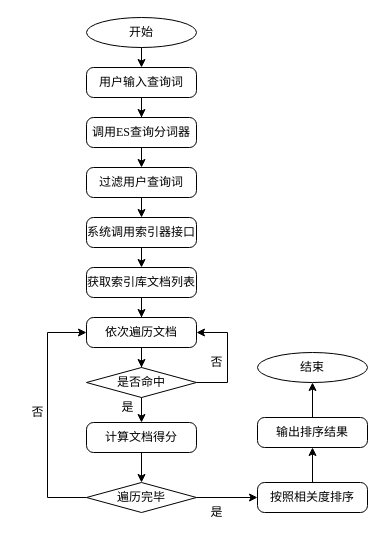
Above: setup/检索流程图.drawio in yifeichong/drawio (draw.io), before the change. Source tidied: cells renumbered, new cells numbered last; positions are measured from the earlier drawing's top-left corner, leaving out a move shared by most shapes. Both pictures are drawn from the tidied source at 100%, with x=0, y=0 at pixel (17, 17).
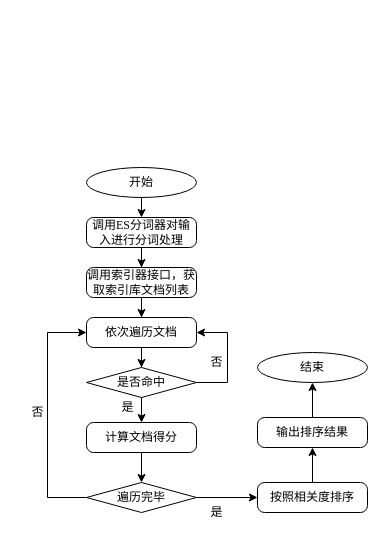
The same diagram, later.

Commit message:
更新检索流程图.drawio

Unchanged cells that the change refers to:
```xml
<mxCell id="11" value="依次遍历文档" style="rounded=1;whiteSpace=wrap;html=1;absoluteArcSize=1;arcSize=14;strokeWidth=1;fontFamily=Garamond;fontStyle=0;" parent="1" vertex="1">
  <mxGeometry x="69" y="300" width="110" height="30" as="geometry" />
</mxCell>
```

Change to the diagram source:
```diff
@@
     <mxCell id="2" value="开始" style="strokeWidth=1;html=1;shape=mxgraph.flowchart.start_1;whiteSpace=wrap;fontFamily=Garamond;fontStyle=0;" parent="1" vertex="1">
-      <mxGeometry x="69" width="110" height="30" as="geometry" />
+      <mxGeometry x="69" y="150" width="110" height="30" as="geometry" />
     </mxCell>
-    <mxCell id="3" style="edgeStyle=orthogonalEdgeStyle;rounded=0;jettySize=auto;html=1;startArrow=none;startFill=0;endArrow=classic;endFill=1;entryX=0.5;entryY=0;entryDx=0;entryDy=0;fontFamily=Garamond;fontStyle=0;" parent="1" edge="1" source="4" target="5">
+    <mxCell id="3" style="edgeStyle=orthogonalEdgeStyle;rounded=0;jettySize=auto;html=1;startArrow=none;startFill=0;endArrow=classic;endFill=1;entryX=0.5;entryY=0;entryDx=0;entryDy=0;fontFamily=Garamond;fontStyle=0;exitX=0.5;exitY=1;exitDx=0;exitDy=0;exitPerimeter=0;" parent="1" edge="1" source="2" target="5">
       <mxGeometry relative="1" as="geometry" />
     </mxCell>
-    <mxCell id="4" value="用户输入查询词" style="rounded=1;whiteSpace=wrap;html=1;absoluteArcSize=1;arcSize=14;strokeWidth=1;fontFamily=Garamond;fontStyle=0;" parent="1" vertex="1">
-      <mxGeometry x="69" y="50" width="110" height="30" as="geometry" />
-    </mxCell>
+    <mxCell id="33" style="edgeStyle=orthogonalEdgeStyle;rounded=0;jettySize=auto;html=1;fontFamily=Garamond;startArrow=none;startFill=0;endArrow=classic;endFill=1;" parent="1" edge="1" source="5" target="7">
+      <mxGeometry relative="1" as="geometry" />
+    </mxCell>
-    <mxCell id="5" value="调用ES查询分词器" style="rounded=1;whiteSpace=wrap;html=1;absoluteArcSize=1;arcSize=14;strokeWidth=1;fontFamily=Garamond;fontStyle=0;" parent="1" vertex="1">
-      <mxGeometry x="69" y="100" width="110" height="30" as="geometry" />
+    <mxCell id="5" value="调用ES分词器对输入进行分词处理" style="rounded=1;whiteSpace=wrap;html=1;absoluteArcSize=1;arcSize=14;strokeWidth=1;fontFamily=Garamond;fontStyle=0;" parent="1" vertex="1">
+      <mxGeometry x="69" y="200" width="110" height="30" as="geometry" />
     </mxCell>
-    <mxCell id="6" value="过滤用户查询词" style="rounded=1;whiteSpace=wrap;html=1;absoluteArcSize=1;arcSize=14;strokeWidth=1;fontFamily=Garamond;fontStyle=0;" parent="1" vertex="1">
-      <mxGeometry x="69" y="150" width="110" height="30" as="geometry" />
-    </mxCell>
+    <mxCell id="34" style="edgeStyle=orthogonalEdgeStyle;rounded=0;jettySize=auto;html=1;fontFamily=Garamond;startArrow=none;startFill=0;endArrow=classic;endFill=1;" parent="1" edge="1" source="7" target="11">
+      <mxGeometry relative="1" as="geometry" />
+    </mxCell>
-    <mxCell id="7" value="系统调用索引器接口" style="rounded=1;whiteSpace=wrap;html=1;absoluteArcSize=1;arcSize=14;strokeWidth=1;fontFamily=Garamond;fontStyle=0;" parent="1" vertex="1">
-      <mxGeometry x="69" y="200" width="110" height="30" as="geometry" />
+    <mxCell id="7" value="调用索引器接口，获取索引库文档列表" style="rounded=1;whiteSpace=wrap;html=1;absoluteArcSize=1;arcSize=14;strokeWidth=1;fontFamily=Garamond;fontStyle=0;" parent="1" vertex="1">
+      <mxGeometry x="69" y="250" width="110" height="30" as="geometry" />
     </mxCell>
-    <mxCell id="8" style="edgeStyle=orthogonalEdgeStyle;rounded=0;jettySize=auto;html=1;fontFamily=Garamond;fontStyle=0;" parent="1" edge="1" source="9" target="11">
-      <mxGeometry relative="1" as="geometry" />
-    </mxCell>
-    <mxCell id="9" value="获取索引库文档列表" style="rounded=1;whiteSpace=wrap;html=1;absoluteArcSize=1;arcSize=14;strokeWidth=1;fontFamily=Garamond;fontStyle=0;" parent="1" vertex="1">
-      <mxGeometry x="69" y="250" width="110" height="30" as="geometry" />
-    </mxCell>
@@
-    <mxCell id="20" style="endArrow=classic;html=1;rounded=0;exitX=0.5;exitY=1;exitDx=0;exitDy=0;exitPerimeter=0;entryX=0.5;entryY=0;entryDx=0;entryDy=0;fontFamily=Garamond;fontStyle=0;" parent="1" edge="1" source="2" target="4">
-      <mxGeometry relative="1" as="geometry" />
-    </mxCell>
-    <mxCell id="21" style="endArrow=classic;html=1;rounded=0;exitX=0.5;exitY=1;exitDx=0;exitDy=0;entryX=0.5;entryY=0;entryDx=0;entryDy=0;fontFamily=Garamond;fontStyle=0;" parent="1" edge="1" source="5" target="6">
-      <mxGeometry relative="1" as="geometry" />
-    </mxCell>
-    <mxCell id="22" style="endArrow=classic;html=1;rounded=0;exitX=0.5;exitY=1;exitDx=0;exitDy=0;entryX=0.5;entryY=0;entryDx=0;entryDy=0;fontFamily=Garamond;fontStyle=0;" parent="1" edge="1" source="6" target="7">
-      <mxGeometry relative="1" as="geometry" />
-    </mxCell>
-    <mxCell id="23" style="endArrow=classic;html=1;rounded=0;exitX=0.5;exitY=1;exitDx=0;exitDy=0;entryX=0.5;entryY=0;entryDx=0;entryDy=0;fontFamily=Garamond;fontStyle=0;" parent="1" edge="1" source="7" target="9">
-      <mxGeometry relative="1" as="geometry" />
-    </mxCell>
```
